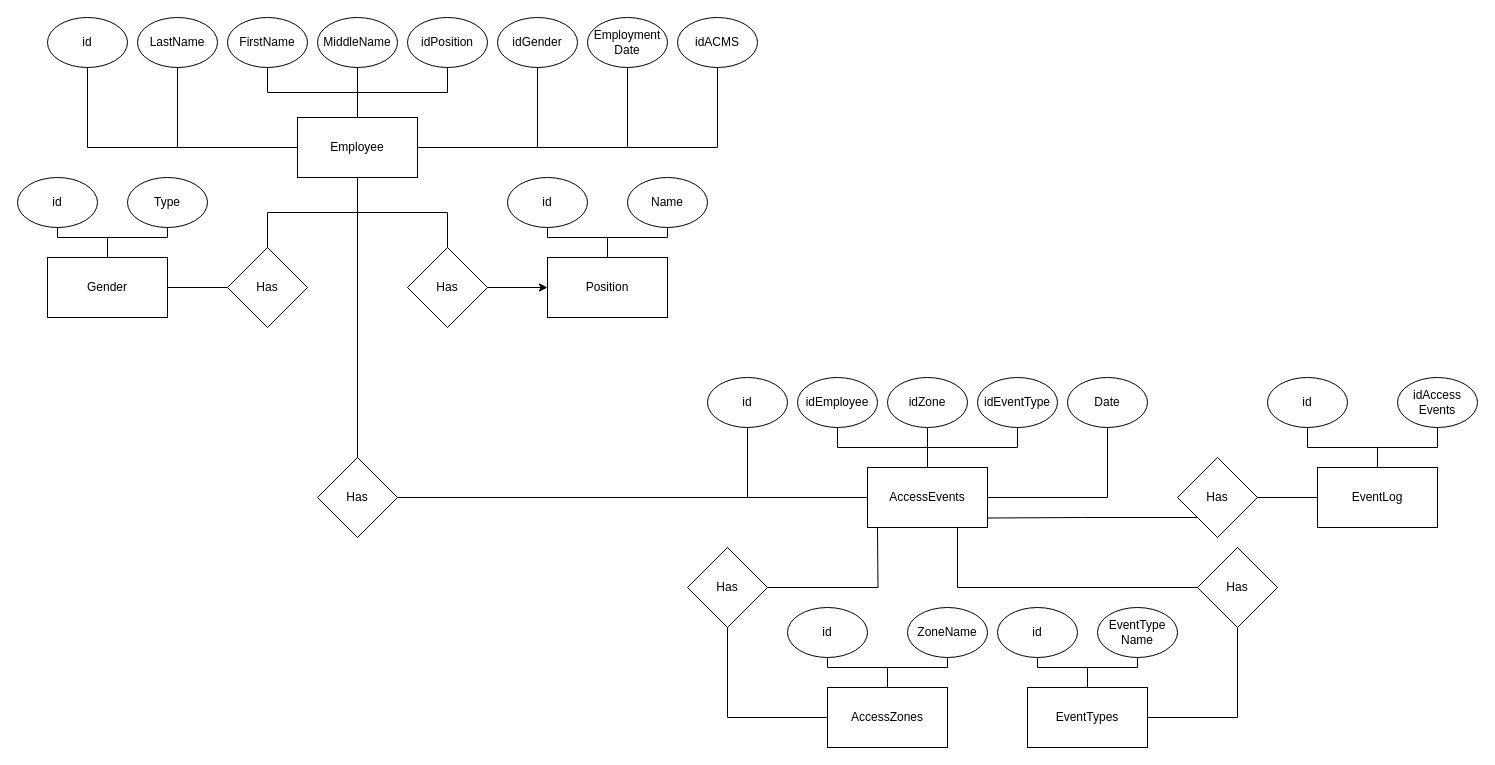
Before: FirstDiagram.drawio in Sparrow-Ran/DRAWIO, a draw.io diagram. Source tidied: cells renumbered, new cells numbered last; positions are measured from the earlier drawing's top-left corner, leaving out a move shared by most shapes. Both pictures are drawn from the tidied source at 100%, with x=0, y=0 at pixel (17, 17).
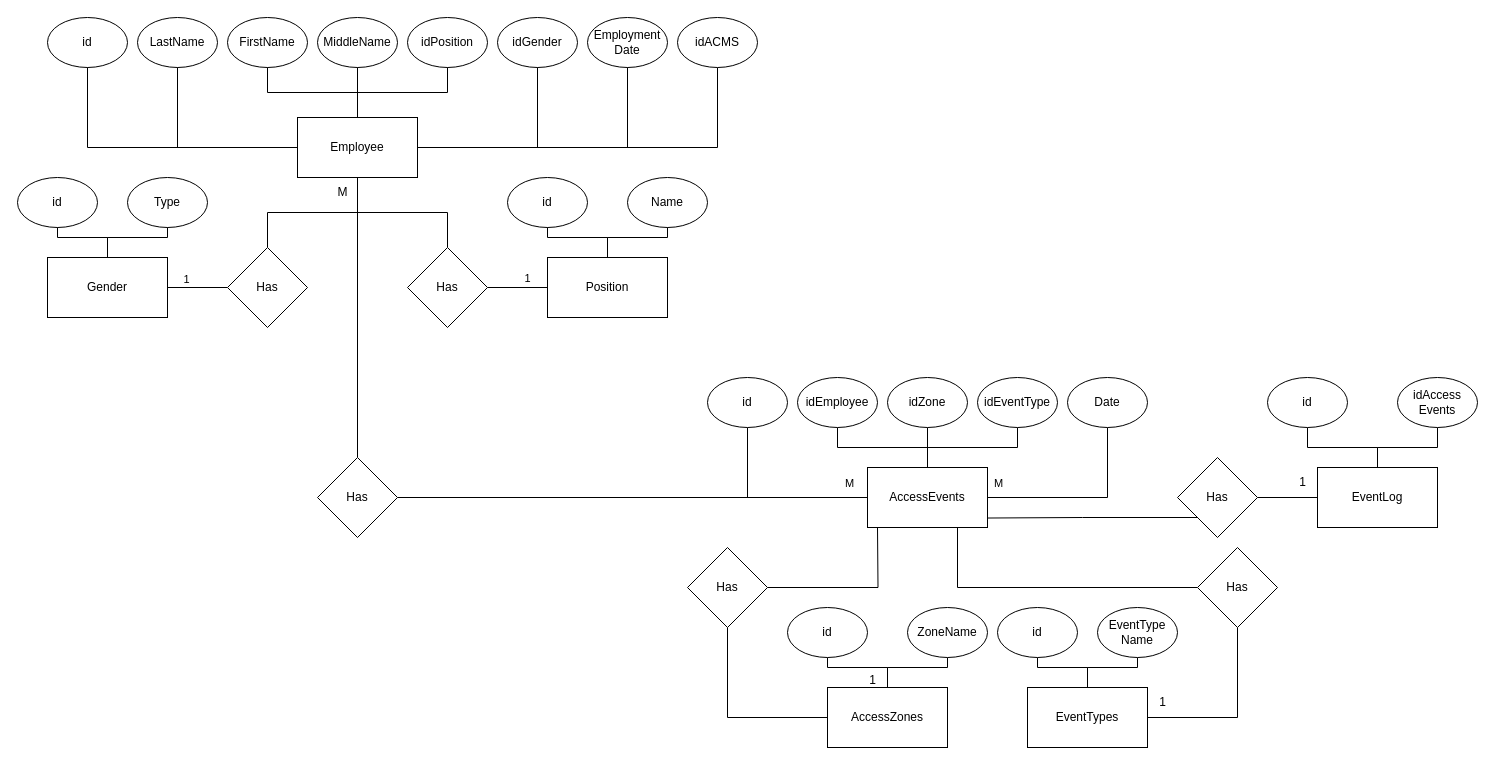
The same diagram, later.

Unchanged cells that the change refers to:
```xml
<mxCell id="21" value="Has" style="rhombus;whiteSpace=wrap;html=1;" parent="1" vertex="1">
  <mxGeometry x="390" y="230" width="80" height="80" as="geometry" />
</mxCell>
<mxCell id="26" value="Position" style="rounded=0;whiteSpace=wrap;html=1;" parent="1" vertex="1">
  <mxGeometry x="530" y="240" width="120" height="60" as="geometry" />
</mxCell>
<mxCell id="59" style="edgeStyle=orthogonalEdgeStyle;rounded=0;jettySize=auto;html=1;endArrow=none;endFill=0;" parent="1" edge="1" source="60" target="52">
  <mxGeometry relative="1" as="geometry" />
</mxCell>
```

What changed in the source:
```diff
@@
-    <mxCell id="20" style="edgeStyle=orthogonalEdgeStyle;rounded=0;jettySize=auto;html=1;" parent="1" edge="1" source="21" target="26">
+    <mxCell id="20" style="edgeStyle=orthogonalEdgeStyle;rounded=0;jettySize=auto;html=1;endArrow=none;endFill=0;" parent="1" edge="1" source="21" target="26">
       <mxGeometry relative="1" as="geometry" />
     </mxCell>
+    <mxCell id="73" value="1" style="edgeLabel;html=1;align=center;verticalAlign=middle;" parent="20" vertex="1">
+      <mxGeometry x="0.3" relative="1" as="geometry">
+        <mxPoint y="-10" as="offset" />
+      </mxGeometry>
+    </mxCell>
@@
+    <mxCell id="74" value="М" style="edgeLabel;html=1;align=center;verticalAlign=middle;" parent="59" vertex="1">
+      <mxGeometry x="0.9" y="4" relative="1" as="geometry">
+        <mxPoint x="4" y="-11" as="offset" />
+      </mxGeometry>
+    </mxCell>
@@
+    <mxCell id="75" value="1" style="edgeLabel;html=1;align=center;verticalAlign=middle;" parent="1" vertex="1">
+      <mxGeometry x="519.1" y="270" as="geometry">
+        <mxPoint x="-351" y="-9" as="offset" />
+      </mxGeometry>
+    </mxCell>
+    <mxCell id="76" value="М" style="text;html=1;align=center;verticalAlign=middle;strokeColor=none;fillColor=none;" parent="1" vertex="1">
+      <mxGeometry x="310" y="160" width="30" height="30" as="geometry" />
+    </mxCell>
+    <mxCell id="77" value="1" style="text;html=1;align=center;verticalAlign=middle;strokeColor=none;fillColor=none;" parent="1" vertex="1">
+      <mxGeometry x="840" y="648" width="30" height="30" as="geometry" />
+    </mxCell>
+    <mxCell id="78" value="1" style="text;html=1;align=center;verticalAlign=middle;strokeColor=none;fillColor=none;" parent="1" vertex="1">
+      <mxGeometry x="1270" y="450" width="30" height="30" as="geometry" />
+    </mxCell>
+    <mxCell id="79" value="1" style="text;html=1;align=center;verticalAlign=middle;strokeColor=none;fillColor=none;" parent="1" vertex="1">
+      <mxGeometry x="1130" y="670" width="30" height="30" as="geometry" />
+    </mxCell>
+    <mxCell id="80" value="М" style="edgeLabel;html=1;align=center;verticalAlign=middle;" parent="1" vertex="1">
+      <mxGeometry x="980" y="465" as="geometry" />
+    </mxCell>
```
